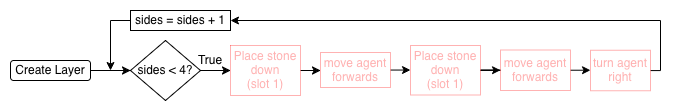
Earlier version of the draw.io export tutorials/python-islands/island-7/tower_builder/images/flowchart-landscape-function_1.png (CausewayDigital/Minecraft-EE-MakeCode). Source tidied: cells renumbered, new cells last; positions are measured from the earlier drawing's top-left corner, leaving out a move shared by most shapes.
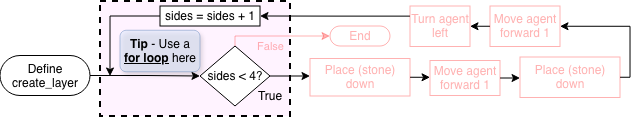
The same file after the commit.

Commit message:
Updated tower builder function tutorial and flowcharts

Change to the diagram source:
```diff
@@ -2,64 +2,89 @@
   <root>
     <mxCell id="0" />
     <mxCell id="1" parent="0" />
-    <mxCell id="2" value="Create Layer" style="rounded=1;whiteSpace=wrap;html=1;" parent="1" vertex="1">
-      <mxGeometry y="50" width="80" height="20" as="geometry" />
-    </mxCell>
-    <mxCell id="3" style="edgeStyle=orthogonalEdgeStyle;rounded=0;jettySize=auto;html=1;" parent="1" edge="1" target="5">
-      <mxGeometry relative="1" as="geometry">
-        <mxPoint x="80" y="60" as="sourcePoint" />
-      </mxGeometry>
-    </mxCell>
+    <mxCell id="19" style="rounded=0;whiteSpace=wrap;html=1;fillColor=light-dark(#FB0FFF0D,#EDEDED0D);strokeColor=#000000;strokeWidth=2;dashed=1;perimeterSpacing=0;" parent="1" vertex="1">
+      <mxGeometry x="-250" y="-80" width="190" height="115" as="geometry" />
+    </mxCell>
     <mxCell id="4" style="edgeStyle=orthogonalEdgeStyle;rounded=0;jettySize=auto;html=1;" parent="1" edge="1" source="5" target="7">
-      <mxGeometry relative="1" as="geometry" />
+      <mxGeometry relative="1" as="geometry">
+        <Array as="points">
+          <mxPoint x="-50" y="-5" />
+          <mxPoint x="-50" y="-5" />
+        </Array>
+      </mxGeometry>
     </mxCell>
     <mxCell id="5" value="sides &amp;lt; 4?" style="rhombus;whiteSpace=wrap;html=1;" parent="1" vertex="1">
-      <mxGeometry x="120" y="30" width="70" height="60" as="geometry" />
+      <mxGeometry x="-150" y="-35" width="70" height="60" as="geometry" />
     </mxCell>
-    <mxCell id="6" style="edgeStyle=orthogonalEdgeStyle;rounded=0;jettySize=auto;html=1;entryX=0;entryY=0.5;entryDx=0;entryDy=0;" parent="1" edge="1" source="7" target="9">
+    <mxCell id="6" style="edgeStyle=orthogonalEdgeStyle;rounded=0;jettySize=auto;html=1;exitX=1;exitY=0.5;exitDx=0;exitDy=0;entryX=0;entryY=0.5;entryDx=0;entryDy=0;" parent="1" edge="1" source="7" target="9">
       <mxGeometry relative="1" as="geometry" />
     </mxCell>
-    <mxCell id="7" value="&lt;div&gt;Place stone down&lt;/div&gt;&lt;div&gt;(slot 1)&lt;/div&gt;" style="rounded=0;whiteSpace=wrap;html=1;strokeColor=light-dark(#FF0000,#FF0000);fontColor=#FF0000;textOpacity=30;opacity=30;" parent="1" vertex="1">
-      <mxGeometry x="220" y="35" width="70" height="50" as="geometry" />
+    <mxCell id="7" value="&lt;div&gt;Place (stone) down&lt;/div&gt;" style="rounded=0;whiteSpace=wrap;html=1;strokeColor=light-dark(#FF0000,#EDEDED);opacity=30;fontColor=#FF0000;textOpacity=30;" parent="1" vertex="1">
+      <mxGeometry x="-40" y="-22.5" width="100" height="37.5" as="geometry" />
     </mxCell>
-    <mxCell id="8" style="edgeStyle=orthogonalEdgeStyle;rounded=0;jettySize=auto;html=1;" parent="1" edge="1" source="9" target="11">
+    <mxCell id="8" style="edgeStyle=orthogonalEdgeStyle;rounded=0;jettySize=auto;html=1;exitX=1;exitY=0.5;exitDx=0;exitDy=0;entryX=0;entryY=0.5;entryDx=0;entryDy=0;" parent="1" edge="1" source="9" target="11">
       <mxGeometry relative="1" as="geometry" />
     </mxCell>
-    <mxCell id="9" value="move agent forwards" style="rounded=0;whiteSpace=wrap;html=1;strokeColor=light-dark(#FF0000,#FF0000);fontColor=#FF0000;textOpacity=30;opacity=30;" parent="1" vertex="1">
-      <mxGeometry x="310" y="42" width="70" height="35" as="geometry" />
+    <mxCell id="9" value="Move agent forward 1" style="rounded=0;whiteSpace=wrap;html=1;strokeColor=light-dark(#FF0000,#EDEDED);opacity=30;fontColor=#FF0000;textOpacity=30;" parent="1" vertex="1">
+      <mxGeometry x="80" y="-20.5" width="70" height="35" as="geometry" />
     </mxCell>
-    <mxCell id="10" style="edgeStyle=orthogonalEdgeStyle;rounded=0;jettySize=auto;html=1;" parent="1" edge="1" source="11" target="13">
-      <mxGeometry relative="1" as="geometry" />
+    <mxCell id="10" style="edgeStyle=orthogonalEdgeStyle;rounded=0;jettySize=auto;html=1;entryX=1;entryY=0.5;entryDx=0;entryDy=0;" parent="1" edge="1" source="11" target="13">
+      <mxGeometry relative="1" as="geometry">
+        <Array as="points">
+          <mxPoint x="280" y="-4" />
+          <mxPoint x="280" y="-55" />
+        </Array>
+      </mxGeometry>
     </mxCell>
-    <mxCell id="11" value="&lt;div&gt;Place stone down&lt;/div&gt;(slot 1)" style="rounded=0;whiteSpace=wrap;html=1;strokeColor=light-dark(#FF0000,#FF0000);fontColor=#FF0000;textOpacity=30;opacity=30;" parent="1" vertex="1">
-      <mxGeometry x="400" y="35" width="70" height="49.5" as="geometry" />
+    <mxCell id="11" value="&lt;div&gt;Place (stone) down&lt;/div&gt;" style="rounded=0;whiteSpace=wrap;html=1;strokeColor=light-dark(#FF0000,#EDEDED);opacity=30;fontColor=#FF0000;textOpacity=30;" parent="1" vertex="1">
+      <mxGeometry x="170" y="-24" width="100" height="40.5" as="geometry" />
     </mxCell>
-    <mxCell id="12" style="edgeStyle=orthogonalEdgeStyle;rounded=0;jettySize=auto;html=1;" parent="1" edge="1" source="13" target="18">
+    <mxCell id="12" style="edgeStyle=orthogonalEdgeStyle;rounded=0;jettySize=auto;html=1;exitX=0;exitY=0.5;exitDx=0;exitDy=0;entryX=1;entryY=0.5;entryDx=0;entryDy=0;" parent="1" edge="1" source="13" target="18">
       <mxGeometry relative="1" as="geometry" />
     </mxCell>
-    <mxCell id="13" value="move agent forwards" style="rounded=0;whiteSpace=wrap;html=1;strokeColor=light-dark(#FF0000,#FF0000);fontColor=#FF0000;textOpacity=30;opacity=30;" parent="1" vertex="1">
-      <mxGeometry x="490" y="39.5" width="70" height="40.5" as="geometry" />
+    <mxCell id="13" value="Move agent forward 1" style="rounded=0;whiteSpace=wrap;html=1;strokeColor=light-dark(#FF0000,#EDEDED);opacity=30;fontColor=#FF0000;textOpacity=30;" parent="1" vertex="1">
+      <mxGeometry x="140" y="-75" width="70" height="40.5" as="geometry" />
     </mxCell>
-    <mxCell id="14" style="edgeStyle=orthogonalEdgeStyle;rounded=0;jettySize=auto;html=1;" parent="1" edge="1" source="15">
-      <mxGeometry relative="1" as="geometry">
-        <mxPoint x="100" y="60" as="targetPoint" />
-      </mxGeometry>
-    </mxCell>
+    <mxCell id="20" style="edgeStyle=orthogonalEdgeStyle;rounded=0;jettySize=auto;html=1;exitX=0;exitY=0.5;exitDx=0;exitDy=0;" parent="1" edge="1" source="15">
+      <mxGeometry relative="1" as="geometry">
+        <mxPoint x="-240" y="-5" as="targetPoint" />
+      </mxGeometry>
+    </mxCell>
     <mxCell id="15" value="sides = sides + 1" style="rounded=0;whiteSpace=wrap;html=1;" parent="1" vertex="1">
-      <mxGeometry x="120" width="100" height="20" as="geometry" />
+      <mxGeometry x="-190" y="-75" width="100" height="20" as="geometry" />
     </mxCell>
     <mxCell id="16" value="True&lt;span style=&quot;color: rgba(0 , 0 , 0 , 0) ; font-family: monospace ; font-size: 0px&quot;&gt;%3CmxGraphModel%3E%3Croot%3E%3CmxCell%20id%3D%220%22%2F%3E%3CmxCell%20id%3D%221%22%20parent%3D%220%22%2F%3E%3CmxCell%20id%3D%222%22%20value%3D%22False%22%20style%3D%22text%3Bhtml%3D1%3BstrokeColor%3Dnone%3BfillColor%3Dnone%3Balign%3Dcenter%3BverticalAlign%3Dmiddle%3BwhiteSpace%3Dwrap%3Brounded%3D0%3B%22%20vertex%3D%221%22%20parent%3D%221%22%3E%3CmxGeometry%20x%3D%22260%22%20y%3D%22440%22%20width%3D%2240%22%20height%3D%2220%22%20as%3D%22geometry%22%2F%3E%3C%2FmxCell%3E%3C%2Froot%3E%3C%2FmxGraphModel%3E&lt;/span&gt;" style="text;html=1;strokeColor=none;fillColor=none;align=center;verticalAlign=middle;whiteSpace=wrap;rounded=0;" parent="1" vertex="1">
-      <mxGeometry x="180" y="40" width="40" height="20" as="geometry" />
+      <mxGeometry x="-100" y="5" width="40" height="20" as="geometry" />
     </mxCell>
-    <mxCell id="17" style="edgeStyle=orthogonalEdgeStyle;rounded=0;jettySize=auto;html=1;entryX=1;entryY=0.5;entryDx=0;entryDy=0;" parent="1" edge="1" source="18" target="15">
-      <mxGeometry relative="1" as="geometry">
-        <Array as="points">
-          <mxPoint x="650" y="10" />
-        </Array>
-      </mxGeometry>
+    <mxCell id="17" style="edgeStyle=orthogonalEdgeStyle;rounded=0;jettySize=auto;html=1;exitX=0;exitY=0.25;exitDx=0;exitDy=0;entryX=1;entryY=0.5;entryDx=0;entryDy=0;" parent="1" edge="1" source="18" target="15">
+      <mxGeometry relative="1" as="geometry" />
     </mxCell>
-    <mxCell id="18" value="turn agent right" style="rounded=0;whiteSpace=wrap;html=1;strokeColor=light-dark(#FF0000,#FF0000);fontColor=#FF0000;textOpacity=30;opacity=30;" parent="1" vertex="1">
-      <mxGeometry x="580" y="39.8" width="60" height="40.5" as="geometry" />
+    <mxCell id="18" value="Turn agent left" style="rounded=0;whiteSpace=wrap;html=1;strokeColor=light-dark(#FF0000,#EDEDED);opacity=30;fontColor=#FF0000;textOpacity=30;" parent="1" vertex="1">
+      <mxGeometry x="60" y="-75" width="60" height="40.5" as="geometry" />
     </mxCell>
+    <mxCell id="21" style="edgeStyle=orthogonalEdgeStyle;rounded=0;jettySize=auto;html=1;exitX=1;exitY=0.5;exitDx=0;exitDy=0;exitPerimeter=0;entryX=0;entryY=0.5;entryDx=0;entryDy=0;" parent="1" edge="1" source="22" target="5">
+      <mxGeometry relative="1" as="geometry" />
+    </mxCell>
+    <mxCell id="22" value="Define&lt;br&gt;create_layer" style="html=1;dashed=0;whiteSpace=wrap;shape=mxgraph.dfd.start;" parent="1" vertex="1">
+      <mxGeometry x="-350" y="-25.5" width="90" height="40" as="geometry" />
+    </mxCell>
+    <mxCell id="23" value="End" style="html=1;dashed=0;whiteSpace=wrap;shape=mxgraph.dfd.start;strokeColor=light-dark(#FF0000,#EDEDED);opacity=30;fontColor=#FF0000;textOpacity=30;" parent="1" vertex="1">
+      <mxGeometry x="-20" y="-55" width="60" height="20" as="geometry" />
+    </mxCell>
+    <mxCell id="24" style="edgeStyle=orthogonalEdgeStyle;rounded=0;jettySize=auto;html=1;exitX=0.5;exitY=0;exitDx=0;exitDy=0;entryX=0;entryY=0.5;entryDx=0;entryDy=0;entryPerimeter=0;strokeColor=#FF0000;opacity=30;" parent="1" edge="1" source="5" target="23">
+      <mxGeometry relative="1" as="geometry">
+        <Array as="points">
+          <mxPoint x="-115" y="-45" />
+        </Array>
+      </mxGeometry>
+    </mxCell>
+    <mxCell id="25" value="False" style="edgeLabel;html=1;align=center;verticalAlign=middle;labelBackgroundColor=none;fontColor=#FF0000;textOpacity=30;" parent="24" vertex="1">
+      <mxGeometry x="-0.39" y="3" relative="1" as="geometry">
+        <mxPoint x="13" y="13" as="offset" />
+      </mxGeometry>
+    </mxCell>
+    <mxCell id="26" value="&lt;b&gt;Tip &lt;/b&gt;- Use a &lt;b&gt;&lt;u&gt;for loop&lt;/u&gt;&lt;/b&gt; here" style="text;html=1;whiteSpace=wrap;strokeColor=#6c8ebf;fillColor=#dae8fc;align=center;verticalAlign=middle;rounded=1;glass=0;shadow=1;opacity=50;" parent="1" vertex="1">
+      <mxGeometry x="-230" y="-50.8" width="80" height="41.5" as="geometry" />
+    </mxCell>
   </root>
 </mxGraphModel>
```
